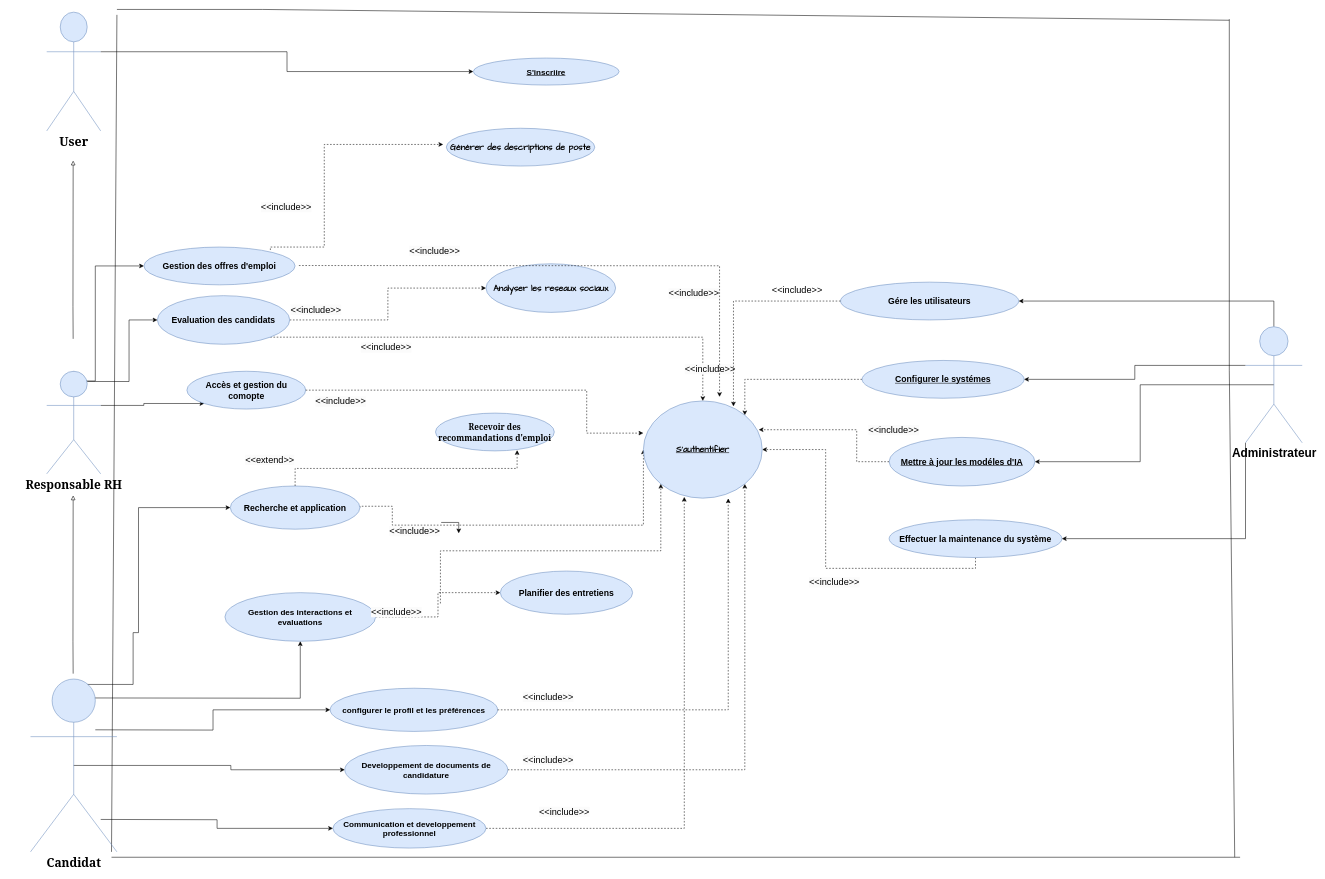
The draw.io diagram page "Page-1" (1 of 2) of Diagramme cas d'utilisation.drawio in chirine1/-project, before the edit. Source tidied: cells renumbered, new cells numbered last; positions are measured from the earlier drawing's top-left corner, leaving out a move shared by most shapes. Both pictures are drawn from the tidied source at 54%, with x=0, y=0 at pixel (30, 9).
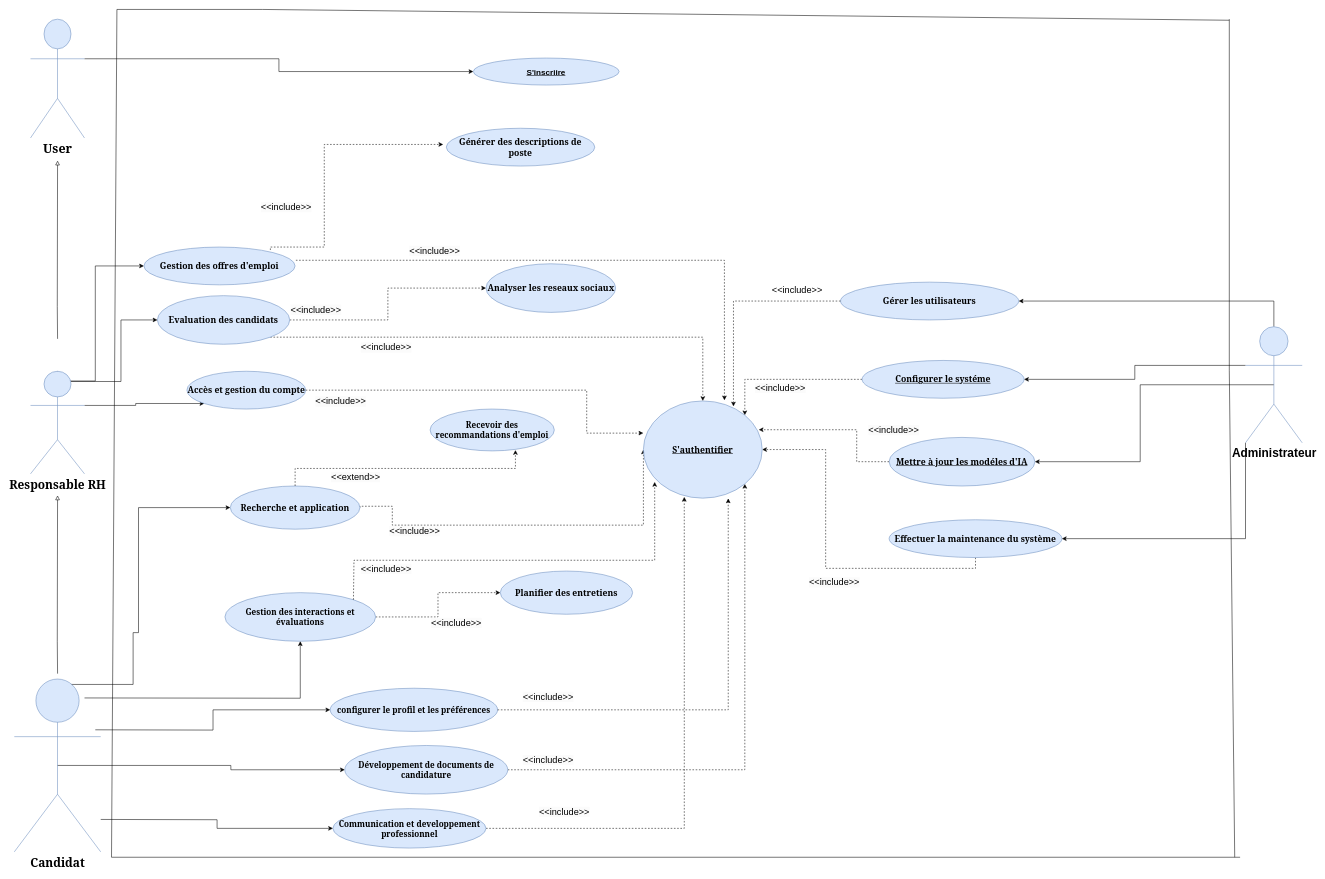
The same page after the edit.

Commit message (it also covers changes not shown here):
Mettre à jour Diagramme cas d'utilisation.drawio

The change refers to these unchanged cells:
```xml
<mxCell id="64" value="&lt;span style=&quot;color: rgb(0, 0, 0); font-family: Helvetica; font-size: 17px; font-style: normal; font-variant-ligatures: normal; font-variant-caps: normal; font-weight: 400; letter-spacing: normal; orphans: 2; text-align: center; text-indent: 0px; text-transform: none; widows: 2; word-spacing: 0px; -webkit-text-stroke-width: 0px; background-color: rgb(251, 251, 251); text-decoration-thickness: initial; text-decoration-style: initial; text-decoration-color: initial; float: none; display: inline !important;&quot;&gt;&amp;lt;&amp;lt;include&amp;gt;&amp;gt;&lt;/span&gt;" style="text;whiteSpace=wrap;html=1;" parent="1" vertex="1">
  <mxGeometry x="663" y="950" width="130" height="40" as="geometry" />
</mxCell>
```

The edit, as a diff of the source:
```diff
@@
     <mxCell id="2" style="endArrow=none;html=1;rounded=0;" parent="1" edge="1">
       <mxGeometry relative="1" as="geometry">
-        <mxPoint x="150" y="1560" as="sourcePoint" />
-        <mxPoint x="160" y="10" as="targetPoint" />
+        <mxPoint x="150" y="1570" as="sourcePoint" />
+        <mxPoint x="160" as="targetPoint" />
       </mxGeometry>
     </mxCell>
@@
     <mxCell id="4" style="endArrow=block;html=1;rounded=0;curved=0;endFill=0;" parent="1" edge="1">
       <mxGeometry relative="1" as="geometry">
-        <mxPoint x="79" y="610" as="sourcePoint" />
-        <mxPoint x="79" y="280" as="targetPoint" />
+        <mxPoint x="50.1" y="610" as="sourcePoint" />
+        <mxPoint x="50.1" y="280" as="targetPoint" />
         <Array as="points">
-          <mxPoint x="78.6" y="550" />
+          <mxPoint x="49.6" y="550" />
         </Array>
       </mxGeometry>
     </mxCell>
@@
     <mxCell id="8" value="&lt;font size=&quot;1&quot; face=&quot;Georgia&quot;&gt;&lt;b style=&quot;font-size: 22px;&quot;&gt;Responsable RH&lt;/b&gt;&lt;/font&gt;" style="shape=umlActor;verticalLabelPosition=bottom;verticalAlign=top;html=1;outlineConnect=0;fillColor=#dae8fc;strokeColor=#6c8ebf;" parent="1" vertex="1">
-      <mxGeometry x="30" y="670" width="100" height="190" as="geometry" />
+      <mxGeometry y="670" width="100" height="190" as="geometry" />
     </mxCell>
@@
     <mxCell id="10" value="&lt;font size=&quot;1&quot; face=&quot;Georgia&quot;&gt;&lt;b style=&quot;font-size: 23px;&quot;&gt;User&lt;/b&gt;&lt;/font&gt;" style="shape=umlActor;verticalLabelPosition=bottom;verticalAlign=top;html=1;outlineConnect=0;fillColor=#dae8fc;strokeColor=#6c8ebf;" parent="1" vertex="1">
-      <mxGeometry x="30" y="5" width="100" height="220" as="geometry" />
+      <mxGeometry y="18" width="100" height="220" as="geometry" />
     </mxCell>
-    <mxCell id="11" value="&lt;b&gt;&lt;font style=&quot;font-size: 16px;&quot; face=&quot;Comic Sans MS&quot;&gt;Générer des descriptions de poste&lt;/font&gt;&lt;/b&gt;" style="ellipse;whiteSpace=wrap;html=1;fillColor=#dae8fc;strokeColor=#6c8ebf;" parent="1" vertex="1">
+    <mxCell id="11" value="&lt;b&gt;&lt;font face=&quot;Georgia&quot; style=&quot;font-size: 16px;&quot;&gt;Générer des descriptions de poste&lt;/font&gt;&lt;/b&gt;" style="ellipse;whiteSpace=wrap;html=1;fillColor=#dae8fc;strokeColor=#6c8ebf;" parent="1" vertex="1">
       <mxGeometry x="770" y="220" width="275" height="70" as="geometry" />
     </mxCell>
-    <mxCell id="12" value="&lt;b&gt;&lt;font style=&quot;font-size: 16px;&quot;&gt;Accès et gestion du comopte&lt;/font&gt;&lt;/b&gt;" style="ellipse;whiteSpace=wrap;html=1;fillColor=#dae8fc;strokeColor=#6c8ebf;" parent="1" vertex="1">
+    <mxCell id="12" value="&lt;b&gt;&lt;font face=&quot;Georgia&quot; style=&quot;font-size: 16px;&quot;&gt;Accès et gestion du compte&lt;/font&gt;&lt;/b&gt;" style="ellipse;whiteSpace=wrap;html=1;fillColor=#dae8fc;strokeColor=#6c8ebf;" parent="1" vertex="1">
       <mxGeometry x="289.6" y="670" width="220" height="70" as="geometry" />
     </mxCell>
@@
-    <mxCell id="15" value="&lt;b&gt;&lt;font style=&quot;font-size: 16px;&quot;&gt;Evaluation des candidats&lt;/font&gt;&lt;/b&gt;" style="ellipse;whiteSpace=wrap;html=1;fillColor=#dae8fc;strokeColor=#6c8ebf;" parent="1" vertex="1">
+    <mxCell id="15" value="&lt;b&gt;&lt;font face=&quot;Georgia&quot; style=&quot;font-size: 16px;&quot;&gt;Evaluation des candidats&lt;/font&gt;&lt;/b&gt;" style="ellipse;whiteSpace=wrap;html=1;fillColor=#dae8fc;strokeColor=#6c8ebf;" parent="1" vertex="1">
       <mxGeometry x="235" y="530" width="245" height="90" as="geometry" />
     </mxCell>
-    <mxCell id="16" value="&lt;font face=&quot;Comic Sans MS&quot; style=&quot;font-size: 16px;&quot;&gt;&lt;b&gt;Analyser les reseaux sociaux&lt;/b&gt;&lt;/font&gt;" style="ellipse;whiteSpace=wrap;html=1;fillColor=#dae8fc;strokeColor=#6c8ebf;" parent="1" vertex="1">
+    <mxCell id="16" value="&lt;font face=&quot;Georgia&quot; style=&quot;font-size: 16px;&quot;&gt;&lt;b style=&quot;&quot;&gt;Analyser les reseaux sociaux&lt;/b&gt;&lt;/font&gt;" style="ellipse;whiteSpace=wrap;html=1;fillColor=#dae8fc;strokeColor=#6c8ebf;" parent="1" vertex="1">
       <mxGeometry x="843.5" y="471" width="240" height="90" as="geometry" />
     </mxCell>
@@
-    <mxCell id="18" style="edgeStyle=orthogonalEdgeStyle;rounded=0;jettySize=auto;html=1;exitX=1;exitY=0;exitDx=0;exitDy=0;entryX=0;entryY=1;entryDx=0;entryDy=0;dashed=1;" parent="1" edge="1" source="65" target="37">
-      <mxGeometry relative="1" as="geometry" />
-    </mxCell>
-    <mxCell id="19" value="&lt;font style=&quot;font-size: 15px;&quot;&gt;&lt;b&gt;Gestion des interactions et evaluations&lt;/b&gt;&lt;/font&gt;" style="ellipse;whiteSpace=wrap;html=1;fillColor=#dae8fc;strokeColor=#6c8ebf;" parent="1" vertex="1">
+    <mxCell id="19" value="&lt;font face=&quot;Georgia&quot; style=&quot;font-size: 15px;&quot;&gt;&lt;b&gt;Gestion des interactions et évaluations&lt;/b&gt;&lt;/font&gt;" style="ellipse;whiteSpace=wrap;html=1;fillColor=#dae8fc;strokeColor=#6c8ebf;" parent="1" vertex="1">
       <mxGeometry x="360" y="1080" width="279.1" height="90" as="geometry" />
     </mxCell>
-    <mxCell id="20" value="&lt;font style=&quot;font-size: 16px;&quot;&gt;&lt;b&gt;Planifier des entretiens&lt;/b&gt;&lt;/font&gt;" style="ellipse;whiteSpace=wrap;html=1;fillColor=#dae8fc;strokeColor=#6c8ebf;" parent="1" vertex="1">
+    <mxCell id="20" value="&lt;font face=&quot;Georgia&quot; style=&quot;font-size: 16px;&quot;&gt;&lt;b&gt;Planifier des entretiens&lt;/b&gt;&lt;/font&gt;" style="ellipse;whiteSpace=wrap;html=1;fillColor=#dae8fc;strokeColor=#6c8ebf;" parent="1" vertex="1">
       <mxGeometry x="870" y="1040" width="245" height="80" as="geometry" />
     </mxCell>
@@
-    <mxCell id="22" value="&lt;b&gt;&lt;font style=&quot;font-size: 16px;&quot;&gt;Gestion des offres d'emploi&lt;/font&gt;&lt;/b&gt;" style="ellipse;whiteSpace=wrap;html=1;fillColor=#dae8fc;strokeColor=#6c8ebf;" parent="1" vertex="1">
+    <mxCell id="22" value="&lt;b&gt;&lt;font face=&quot;Georgia&quot; style=&quot;font-size: 16px;&quot;&gt;Gestion des offres d'emploi&lt;/font&gt;&lt;/b&gt;" style="ellipse;whiteSpace=wrap;html=1;fillColor=#dae8fc;strokeColor=#6c8ebf;" parent="1" vertex="1">
       <mxGeometry x="210" y="440" width="280" height="70" as="geometry" />
     </mxCell>
@@
-    <mxCell id="24" value="&lt;b&gt;&lt;font style=&quot;font-size: 16px;&quot;&gt;Recherche et application&lt;/font&gt;&lt;/b&gt;" style="ellipse;whiteSpace=wrap;html=1;fillColor=#dae8fc;strokeColor=#6c8ebf;" parent="1" vertex="1">
+    <mxCell id="24" value="&lt;b&gt;&lt;font face=&quot;Georgia&quot; style=&quot;font-size: 16px;&quot;&gt;Recherche et application&lt;/font&gt;&lt;/b&gt;" style="ellipse;whiteSpace=wrap;html=1;fillColor=#dae8fc;strokeColor=#6c8ebf;" parent="1" vertex="1">
       <mxGeometry x="370" y="882.5" width="240" height="80" as="geometry" />
     </mxCell>
     <mxCell id="25" value="&lt;font size=&quot;1&quot; face=&quot;Georgia&quot; style=&quot;&quot;&gt;&lt;b style=&quot;font-size: 15px;&quot;&gt;Recevoir des recommandations d'emploi&lt;/b&gt;&lt;/font&gt;" style="ellipse;whiteSpace=wrap;html=1;fillColor=#dae8fc;strokeColor=#6c8ebf;" parent="1" vertex="1">
-      <mxGeometry x="750" y="747.5" width="220" height="70" as="geometry" />
+      <mxGeometry x="740" y="740" width="230" height="77.5" as="geometry" />
     </mxCell>
-    <mxCell id="26" value="&lt;b&gt;&lt;font style=&quot;font-size: 16px;&quot;&gt;Gére les utilisateurs&lt;/font&gt;&lt;/b&gt;" style="ellipse;whiteSpace=wrap;html=1;align=center;fillColor=#dae8fc;strokeColor=#6c8ebf;" parent="1" vertex="1">
+    <mxCell id="26" value="&lt;b&gt;&lt;font face=&quot;Georgia&quot; style=&quot;font-size: 16px;&quot;&gt;Gérer les utilisateurs&lt;/font&gt;&lt;/b&gt;" style="ellipse;whiteSpace=wrap;html=1;align=center;fillColor=#dae8fc;strokeColor=#6c8ebf;" parent="1" vertex="1">
       <mxGeometry x="1500" y="505" width="330" height="70" as="geometry" />
     </mxCell>
@@
-    <mxCell id="28" value="&lt;b&gt;&lt;font style=&quot;font-size: 15px;&quot;&gt;Communication et developpement professionnel&lt;/font&gt;&lt;/b&gt;" style="ellipse;whiteSpace=wrap;html=1;align=center;fillColor=#dae8fc;strokeColor=#6c8ebf;" parent="1" vertex="1">
+    <mxCell id="28" value="&lt;b&gt;&lt;font face=&quot;Georgia&quot; style=&quot;font-size: 15px;&quot;&gt;Communication et developpement professionnel&lt;/font&gt;&lt;/b&gt;" style="ellipse;whiteSpace=wrap;html=1;align=center;fillColor=#dae8fc;strokeColor=#6c8ebf;" parent="1" vertex="1">
       <mxGeometry x="560" y="1480" width="283.5" height="73" as="geometry" />
     </mxCell>
@@
-    <mxCell id="30" value="&lt;b&gt;&lt;font style=&quot;font-size: 15px;&quot;&gt;Developpement de documents de candidature&lt;/font&gt;&lt;/b&gt;" style="ellipse;whiteSpace=wrap;html=1;align=center;fillColor=#dae8fc;strokeColor=#6c8ebf;" parent="1" vertex="1">
+    <mxCell id="30" value="&lt;b&gt;&lt;font face=&quot;Georgia&quot; style=&quot;font-size: 15px;&quot;&gt;Développement de documents de candidature&lt;/font&gt;&lt;/b&gt;" style="ellipse;whiteSpace=wrap;html=1;align=center;fillColor=#dae8fc;strokeColor=#6c8ebf;" parent="1" vertex="1">
       <mxGeometry x="582" y="1363" width="301.8" height="90" as="geometry" />
     </mxCell>
-    <mxCell id="31" value="&lt;font style=&quot;font-size: 15px;&quot;&gt;&lt;b&gt;configurer le profil et les préférences&lt;/b&gt;&lt;/font&gt;" style="ellipse;whiteSpace=wrap;html=1;align=center;fillColor=#dae8fc;strokeColor=#6c8ebf;" parent="1" vertex="1">
+    <mxCell id="31" value="&lt;font face=&quot;Georgia&quot; style=&quot;font-size: 15px;&quot;&gt;&lt;b&gt;configurer le profil et les préférences&lt;/b&gt;&lt;/font&gt;" style="ellipse;whiteSpace=wrap;html=1;align=center;fillColor=#dae8fc;strokeColor=#6c8ebf;" parent="1" vertex="1">
       <mxGeometry x="555" y="1257" width="310" height="80" as="geometry" />
     </mxCell>
-    <mxCell id="32" value="&lt;font style=&quot;font-size: 16px;&quot;&gt;&lt;b&gt;Mettre à jour les modéles d'IA&lt;/b&gt;&lt;/font&gt;" style="ellipse;whiteSpace=wrap;html=1;align=center;fontStyle=4;fillColor=#dae8fc;strokeColor=#6c8ebf;" parent="1" vertex="1">
+    <mxCell id="32" value="&lt;font face=&quot;Georgia&quot; style=&quot;font-size: 16px;&quot;&gt;&lt;b&gt;Mettre à jour les modéles d'IA&lt;/b&gt;&lt;/font&gt;" style="ellipse;whiteSpace=wrap;html=1;align=center;fontStyle=4;fillColor=#dae8fc;strokeColor=#6c8ebf;" parent="1" vertex="1">
       <mxGeometry x="1590" y="792.5" width="270" height="90" as="geometry" />
     </mxCell>
@@
-    <mxCell id="34" value="&lt;font style=&quot;font-size: 16px;&quot;&gt;&lt;b&gt;Configurer le systémes&lt;/b&gt;&lt;/font&gt;" style="ellipse;whiteSpace=wrap;html=1;align=center;fontStyle=4;fillColor=#dae8fc;strokeColor=#6c8ebf;" parent="1" vertex="1">
+    <mxCell id="34" value="&lt;font face=&quot;Georgia&quot; style=&quot;font-size: 16px;&quot;&gt;&lt;b&gt;Configurer le systéme&lt;/b&gt;&lt;/font&gt;" style="ellipse;whiteSpace=wrap;html=1;align=center;fontStyle=4;fillColor=#dae8fc;strokeColor=#6c8ebf;" parent="1" vertex="1">
       <mxGeometry x="1540" y="650" width="300" height="70" as="geometry" />
     </mxCell>
@@
-    <mxCell id="36" value="&lt;font style=&quot;font-size: 16px;&quot;&gt;&lt;b&gt;Effectuer la maintenance du système&lt;/b&gt;&lt;/font&gt;" style="ellipse;whiteSpace=wrap;html=1;align=center;fillColor=#dae8fc;strokeColor=#6c8ebf;" parent="1" vertex="1">
+    <mxCell id="36" value="&lt;font face=&quot;Georgia&quot; style=&quot;font-size: 16px;&quot;&gt;&lt;b&gt;Effectuer la maintenance du système&lt;/b&gt;&lt;/font&gt;" style="ellipse;whiteSpace=wrap;html=1;align=center;fillColor=#dae8fc;strokeColor=#6c8ebf;" parent="1" vertex="1">
       <mxGeometry x="1590" y="945" width="320" height="70" as="geometry" />
     </mxCell>
-    <mxCell id="37" value="&lt;b&gt;&lt;font style=&quot;font-size: 16px;&quot; face=&quot;Comic Sans MS&quot;&gt;S'authentifier&lt;/font&gt;&lt;/b&gt;" style="ellipse;whiteSpace=wrap;html=1;align=center;fontStyle=4;fillColor=#dae8fc;strokeColor=#6c8ebf;" parent="1" vertex="1">
+    <mxCell id="37" value="&lt;b&gt;&lt;font face=&quot;Georgia&quot; style=&quot;font-size: 16px;&quot;&gt;S'authentifier&lt;/font&gt;&lt;/b&gt;" style="ellipse;whiteSpace=wrap;html=1;align=center;fontStyle=4;fillColor=#dae8fc;strokeColor=#6c8ebf;" parent="1" vertex="1">
       <mxGeometry x="1135" y="725" width="220" height="180" as="geometry" />
     </mxCell>
@@
     <mxCell id="52" value="&lt;span style=&quot;color: rgb(0, 0, 0); font-family: Helvetica; font-size: 17px; font-style: normal; font-variant-ligatures: normal; font-variant-caps: normal; font-weight: 400; letter-spacing: normal; orphans: 2; text-align: center; text-indent: 0px; text-transform: none; widows: 2; word-spacing: 0px; -webkit-text-stroke-width: 0px; background-color: rgb(251, 251, 251); text-decoration-thickness: initial; text-decoration-style: initial; text-decoration-color: initial; float: none; display: inline !important;&quot;&gt;&amp;lt;&amp;lt;include&amp;gt;&amp;gt;&lt;/span&gt;" style="text;whiteSpace=wrap;html=1;" parent="1" vertex="1">
-      <mxGeometry x="1210" y="650" width="130" height="40" as="geometry" />
+      <mxGeometry x="1340" y="685" width="130" height="40" as="geometry" />
     </mxCell>
-    <mxCell id="53" value="&lt;span style=&quot;color: rgb(0, 0, 0); font-family: Helvetica; font-size: 17px; font-style: normal; font-variant-ligatures: normal; font-variant-caps: normal; font-weight: 400; letter-spacing: normal; orphans: 2; text-align: center; text-indent: 0px; text-transform: none; widows: 2; word-spacing: 0px; -webkit-text-stroke-width: 0px; background-color: rgb(251, 251, 251); text-decoration-thickness: initial; text-decoration-style: initial; text-decoration-color: initial; float: none; display: inline !important;&quot;&gt;&amp;lt;&amp;lt;include&amp;gt;&amp;gt;&lt;/span&gt;" style="text;whiteSpace=wrap;html=1;" parent="1" vertex="1">
-      <mxGeometry x="1180" y="510" width="130" height="40" as="geometry" />
-    </mxCell>
@@
     <mxCell id="58" value="&lt;span style=&quot;color: rgb(0, 0, 0); font-family: Helvetica; font-size: 17px; font-style: normal; font-variant-ligatures: normal; font-variant-caps: normal; font-weight: 400; letter-spacing: normal; orphans: 2; text-align: center; text-indent: 0px; text-transform: none; widows: 2; word-spacing: 0px; -webkit-text-stroke-width: 0px; background-color: rgb(251, 251, 251); text-decoration-thickness: initial; text-decoration-style: initial; text-decoration-color: initial; float: none; display: inline !important;&quot;&gt;&amp;lt;&amp;lt;extend&amp;gt;&amp;gt;&lt;/span&gt;" style="text;whiteSpace=wrap;html=1;" parent="1" vertex="1">
-      <mxGeometry x="395.9" y="817.5" width="130" height="40" as="geometry" />
+      <mxGeometry x="555" y="850" width="130" height="40" as="geometry" />
     </mxCell>
@@
-    <mxCell id="62" style="edgeStyle=orthogonalEdgeStyle;rounded=0;jettySize=auto;html=1;exitX=1;exitY=1;exitDx=0;exitDy=0;dashed=1;entryX=0.641;entryY=-0.042;entryDx=0;entryDy=0;entryPerimeter=0;" parent="1" edge="1" target="37">
-      <mxGeometry relative="1" as="geometry">
-        <mxPoint x="497" y="474.2" as="sourcePoint" />
-      </mxGeometry>
+    <mxCell id="62" style="edgeStyle=orthogonalEdgeStyle;rounded=0;jettySize=auto;html=1;exitX=1.005;exitY=0.35;exitDx=0;exitDy=0;dashed=1;entryX=0.682;entryY=-0.007;entryDx=0;entryDy=0;entryPerimeter=0;exitPerimeter=0;" parent="1" edge="1" source="22" target="37">
+      <mxGeometry relative="1" as="geometry" />
     </mxCell>
@@
-    <mxCell id="65" value="&lt;span style=&quot;color: rgb(0, 0, 0); font-family: Helvetica; font-size: 17px; font-style: normal; font-variant-ligatures: normal; font-variant-caps: normal; font-weight: 400; letter-spacing: normal; orphans: 2; text-align: center; text-indent: 0px; text-transform: none; widows: 2; word-spacing: 0px; -webkit-text-stroke-width: 0px; background-color: rgb(251, 251, 251); text-decoration-thickness: initial; text-decoration-style: initial; text-decoration-color: initial; float: none; display: inline !important;&quot;&gt;&amp;lt;&amp;lt;include&amp;gt;&amp;gt;&lt;/span&gt;" style="text;whiteSpace=wrap;html=1;" parent="1" vertex="1">
-      <mxGeometry x="629.1" y="1100" width="130" height="40" as="geometry" />
-    </mxCell>
@@
-    <mxCell id="71" style="edgeStyle=orthogonalEdgeStyle;rounded=0;orthogonalLoop=1;jettySize=auto;html=1;exitX=0.75;exitY=0;exitDx=0;exitDy=0;entryX=1;entryY=0.5;entryDx=0;entryDy=0;" parent="1" edge="1" source="64" target="64">
-      <mxGeometry relative="1" as="geometry" />
-    </mxCell>
     <mxCell id="72" style="endArrow=block;html=1;rounded=0;curved=0;endFill=0;" parent="1" edge="1">
       <mxGeometry relative="1" as="geometry">
-        <mxPoint x="79" y="1230" as="sourcePoint" />
-        <mxPoint x="79" y="900" as="targetPoint" />
+        <mxPoint x="50.1" y="1230" as="sourcePoint" />
+        <mxPoint x="50.1" y="900" as="targetPoint" />
         <Array as="points">
-          <mxPoint x="78.6" y="1170" />
+          <mxPoint x="49.6" y="1170" />
         </Array>
       </mxGeometry>
     </mxCell>
@@
     <mxCell id="75" style="edgeStyle=orthogonalEdgeStyle;rounded=0;jettySize=auto;html=1;exitX=0.5;exitY=0.5;exitDx=0;exitDy=0;exitPerimeter=0;entryX=0;entryY=0.5;entryDx=0;entryDy=0;" parent="1" edge="1" source="76" target="30">
-      <mxGeometry relative="1" as="geometry" />
+      <mxGeometry relative="1" as="geometry">
+        <Array as="points">
+          <mxPoint x="371" y="1400" />
+          <mxPoint x="371" y="1408" />
+        </Array>
+      </mxGeometry>
     </mxCell>
     <mxCell id="76" value="&lt;font face=&quot;Georgia&quot; style=&quot;font-size: 22px;&quot;&gt;&lt;b&gt;Candidat&lt;/b&gt;&lt;/font&gt;" style="shape=umlActor;verticalLabelPosition=bottom;verticalAlign=top;html=1;outlineConnect=0;fillColor=#dae8fc;strokeColor=#6c8ebf;" parent="1" vertex="1">
-      <mxGeometry y="1240" width="160" height="320" as="geometry" />
+      <mxGeometry x="-30" y="1240" width="160" height="320" as="geometry" />
     </mxCell>
+    <mxCell id="77" style="edgeStyle=orthogonalEdgeStyle;rounded=0;jettySize=auto;html=1;exitX=1;exitY=0;exitDx=0;exitDy=0;entryX=0.095;entryY=0.834;entryDx=0;entryDy=0;entryPerimeter=0;dashed=1;" parent="1" edge="1" source="19" target="37">
+      <mxGeometry relative="1" as="geometry">
+        <Array as="points">
+          <mxPoint x="599" y="1020" />
+          <mxPoint x="1156" y="1020" />
+        </Array>
+      </mxGeometry>
+    </mxCell>
+    <mxCell id="78" value="&lt;span style=&quot;color: rgb(0, 0, 0); font-family: Helvetica; font-size: 17px; font-style: normal; font-variant-ligatures: normal; font-variant-caps: normal; font-weight: 400; letter-spacing: normal; orphans: 2; text-align: center; text-indent: 0px; text-transform: none; widows: 2; word-spacing: 0px; -webkit-text-stroke-width: 0px; background-color: rgb(251, 251, 251); text-decoration-thickness: initial; text-decoration-style: initial; text-decoration-color: initial; float: none; display: inline !important;&quot;&gt;&amp;lt;&amp;lt;include&amp;gt;&amp;gt;&lt;/span&gt;" style="text;whiteSpace=wrap;html=1;" parent="1" vertex="1">
+      <mxGeometry x="610" y="1020" width="130" height="40" as="geometry" />
+    </mxCell>
+    <mxCell id="79" value="&lt;span style=&quot;border-color: var(--border-color); color: rgb(0, 0, 0); font-family: Helvetica; font-style: normal; font-variant-ligatures: normal; font-variant-caps: normal; font-weight: 400; letter-spacing: normal; orphans: 2; text-indent: 0px; text-transform: none; widows: 2; word-spacing: 0px; -webkit-text-stroke-width: 0px; text-decoration-thickness: initial; text-decoration-style: initial; text-decoration-color: initial; font-size: 17px; text-align: center; background-color: rgb(251, 251, 251); float: none; display: inline !important;&quot;&gt;&amp;lt;&amp;lt;include&amp;gt;&amp;gt;&lt;/span&gt;&lt;br style=&quot;border-color: var(--border-color); color: rgb(0, 0, 0); font-family: Helvetica; font-size: 12px; font-style: normal; font-variant-ligatures: normal; font-variant-caps: normal; font-weight: 400; letter-spacing: normal; orphans: 2; text-align: left; text-indent: 0px; text-transform: none; widows: 2; word-spacing: 0px; -webkit-text-stroke-width: 0px; background-color: rgb(251, 251, 251); text-decoration-thickness: initial; text-decoration-style: initial; text-decoration-color: initial;&quot;&gt;" style="text;whiteSpace=wrap;html=1;" parent="1" vertex="1">
+      <mxGeometry x="740" y="1120" width="130" height="40" as="geometry" />
+    </mxCell>
```
